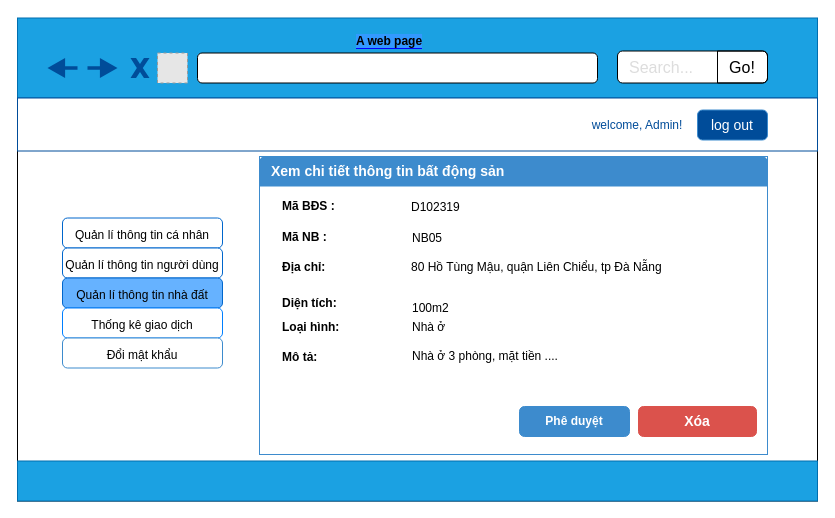
tramtruong98/use_case_diagram keeps this draw.io diagram as Approval Detail Sales.drawio. Above is the earlier version. Source tidied: cells renumbered, new cells numbered last; positions are measured from the earlier drawing's top-left corner, leaving out a move shared by most shapes. Both pictures are drawn from the tidied source at 100%, with x=0, y=0 at pixel (17, 17). Pictures stored in the file or linked from it are replaced by grey dashed boxes.
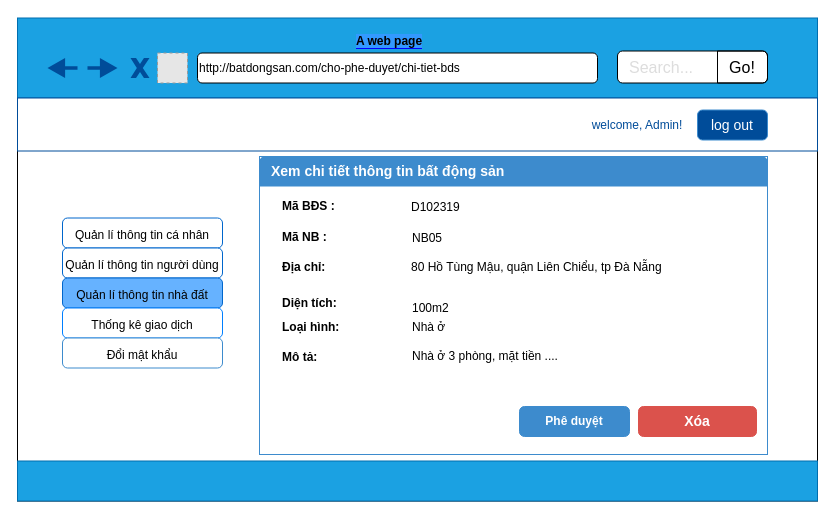
The same diagram, later.

The edit, as a diff of the source:
```diff
@@
-    <mxCell id="5" style="rounded=1;whiteSpace=wrap;html=1;" parent="1" vertex="1">
+    <mxCell id="5" value="&lt;span style=&quot;white-space: normal&quot;&gt;http://batdongsan.com/cho-phe-duyet/chi-tiet-bds&lt;/span&gt;" style="rounded=1;whiteSpace=wrap;html=1;align=left;" parent="1" vertex="1">
       <mxGeometry x="180" y="35.5" width="400" height="30" as="geometry" />
     </mxCell>
```
